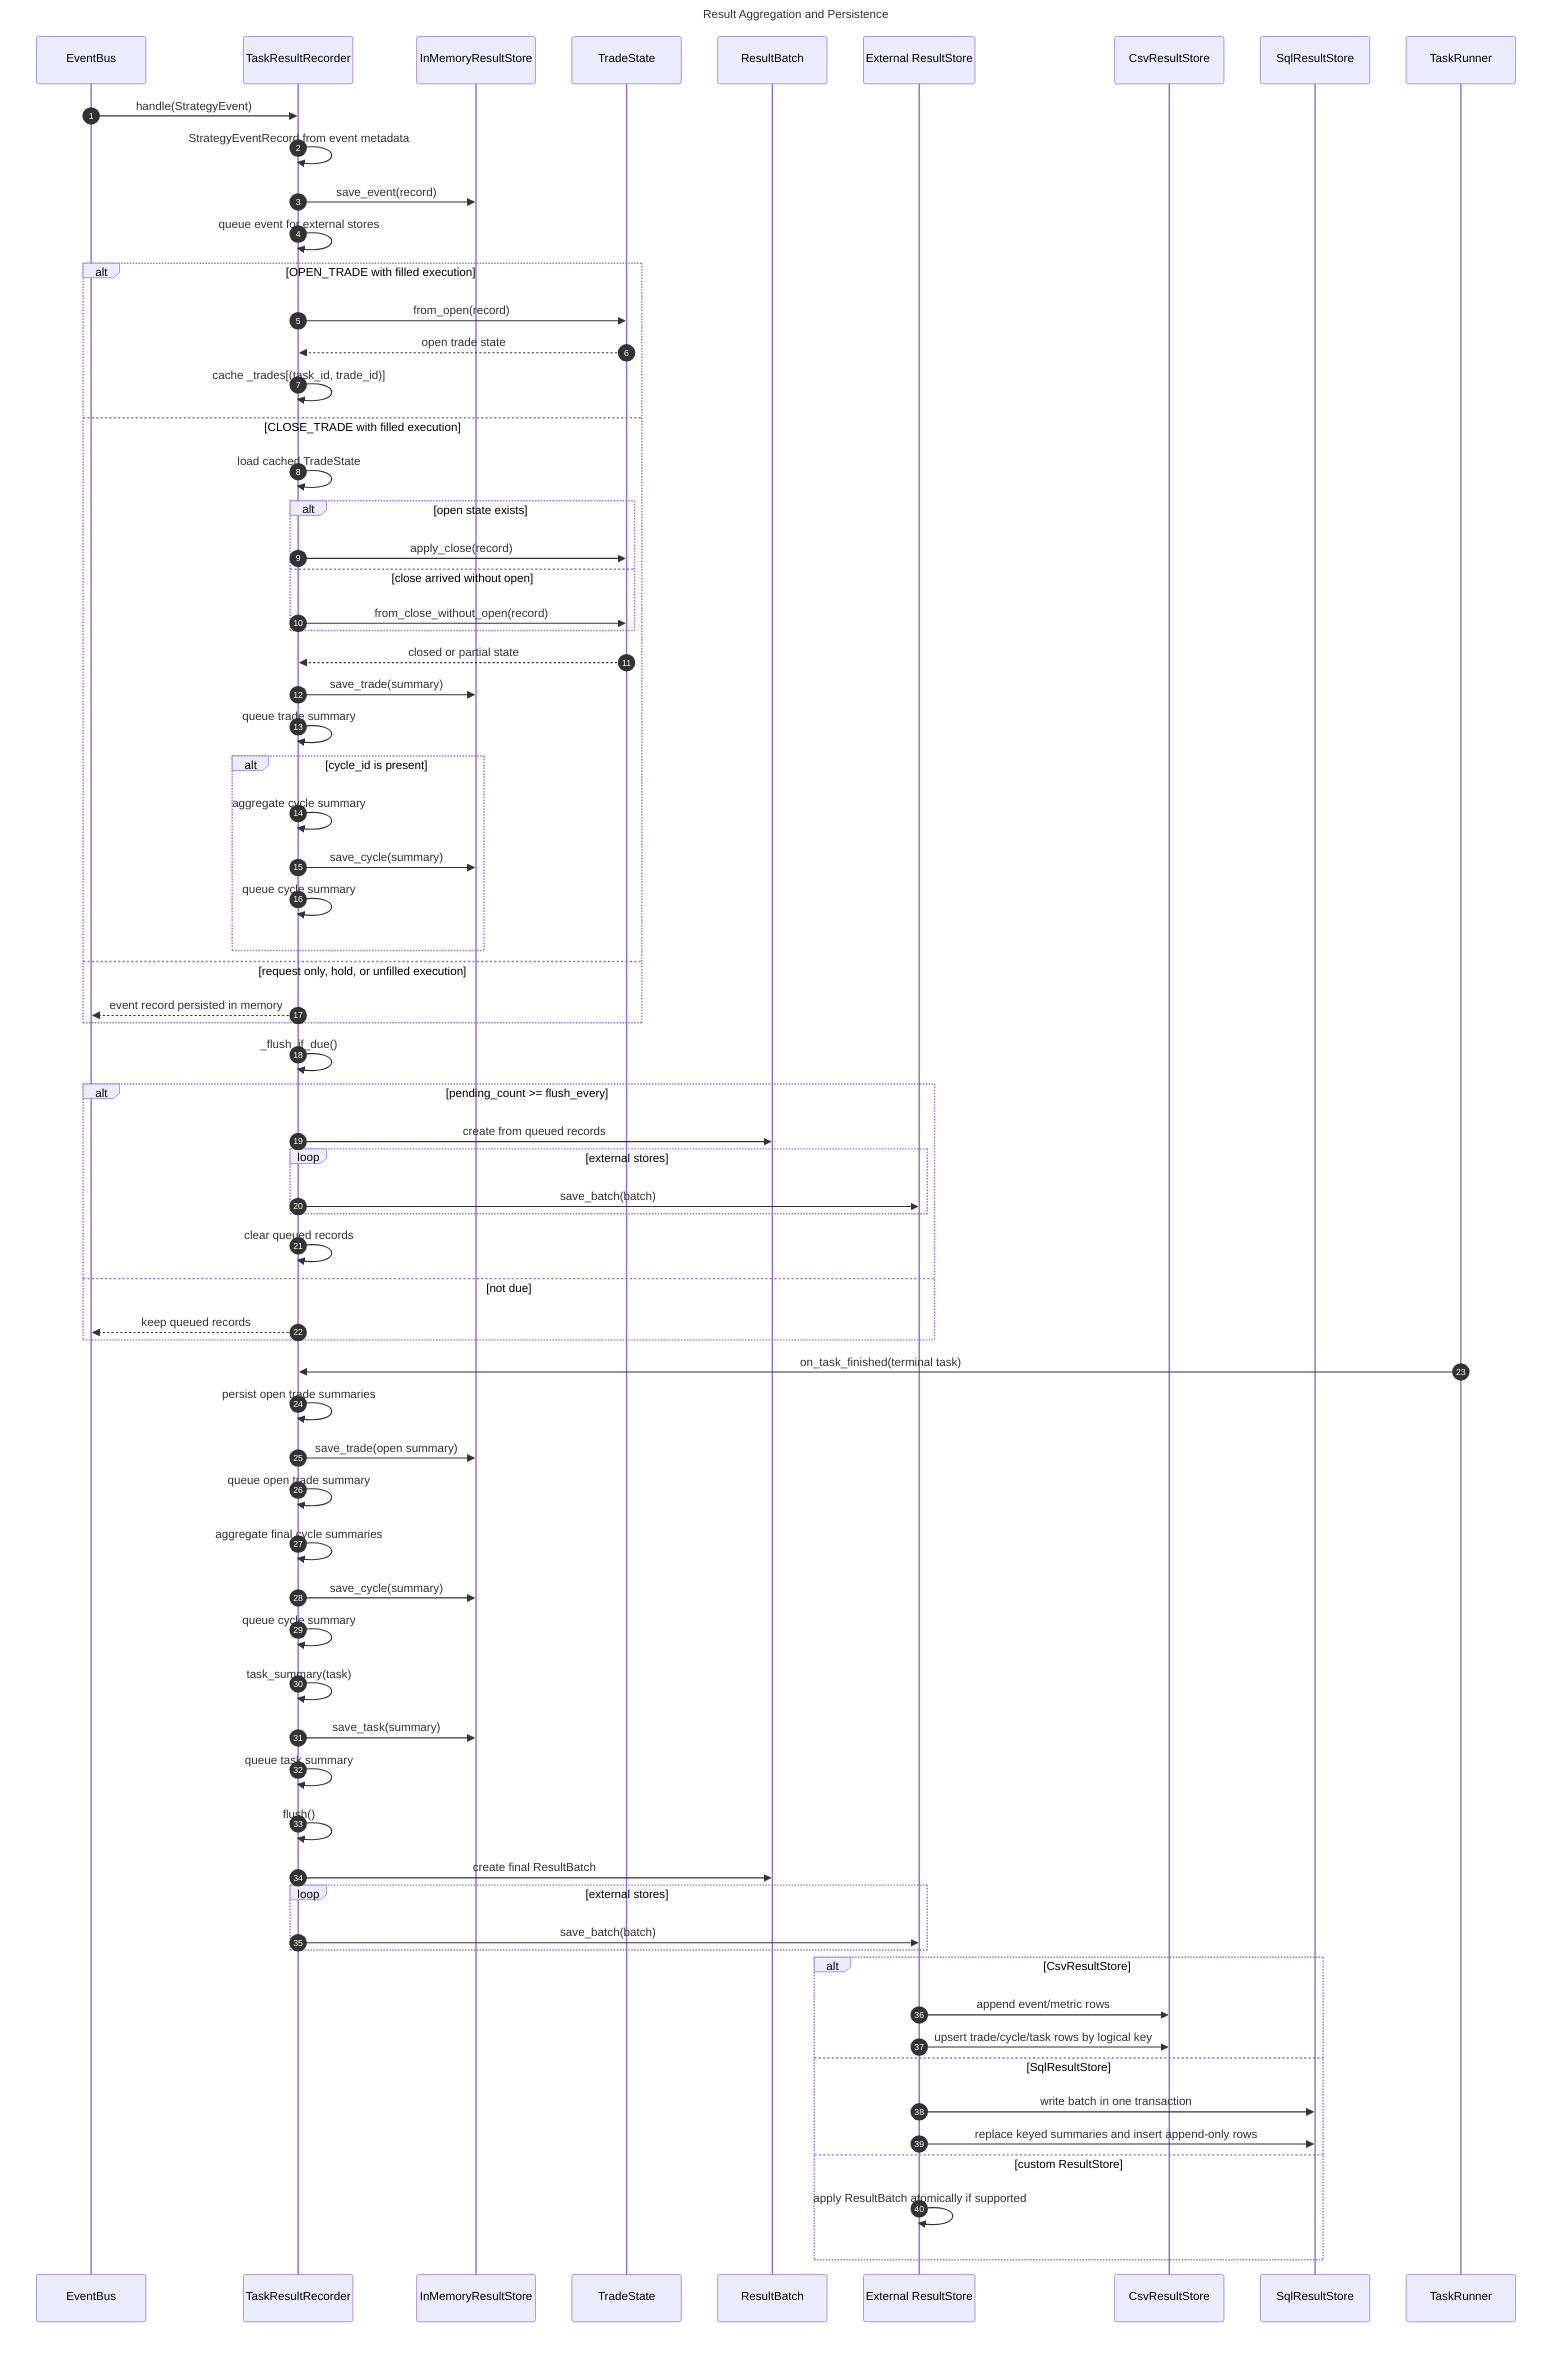
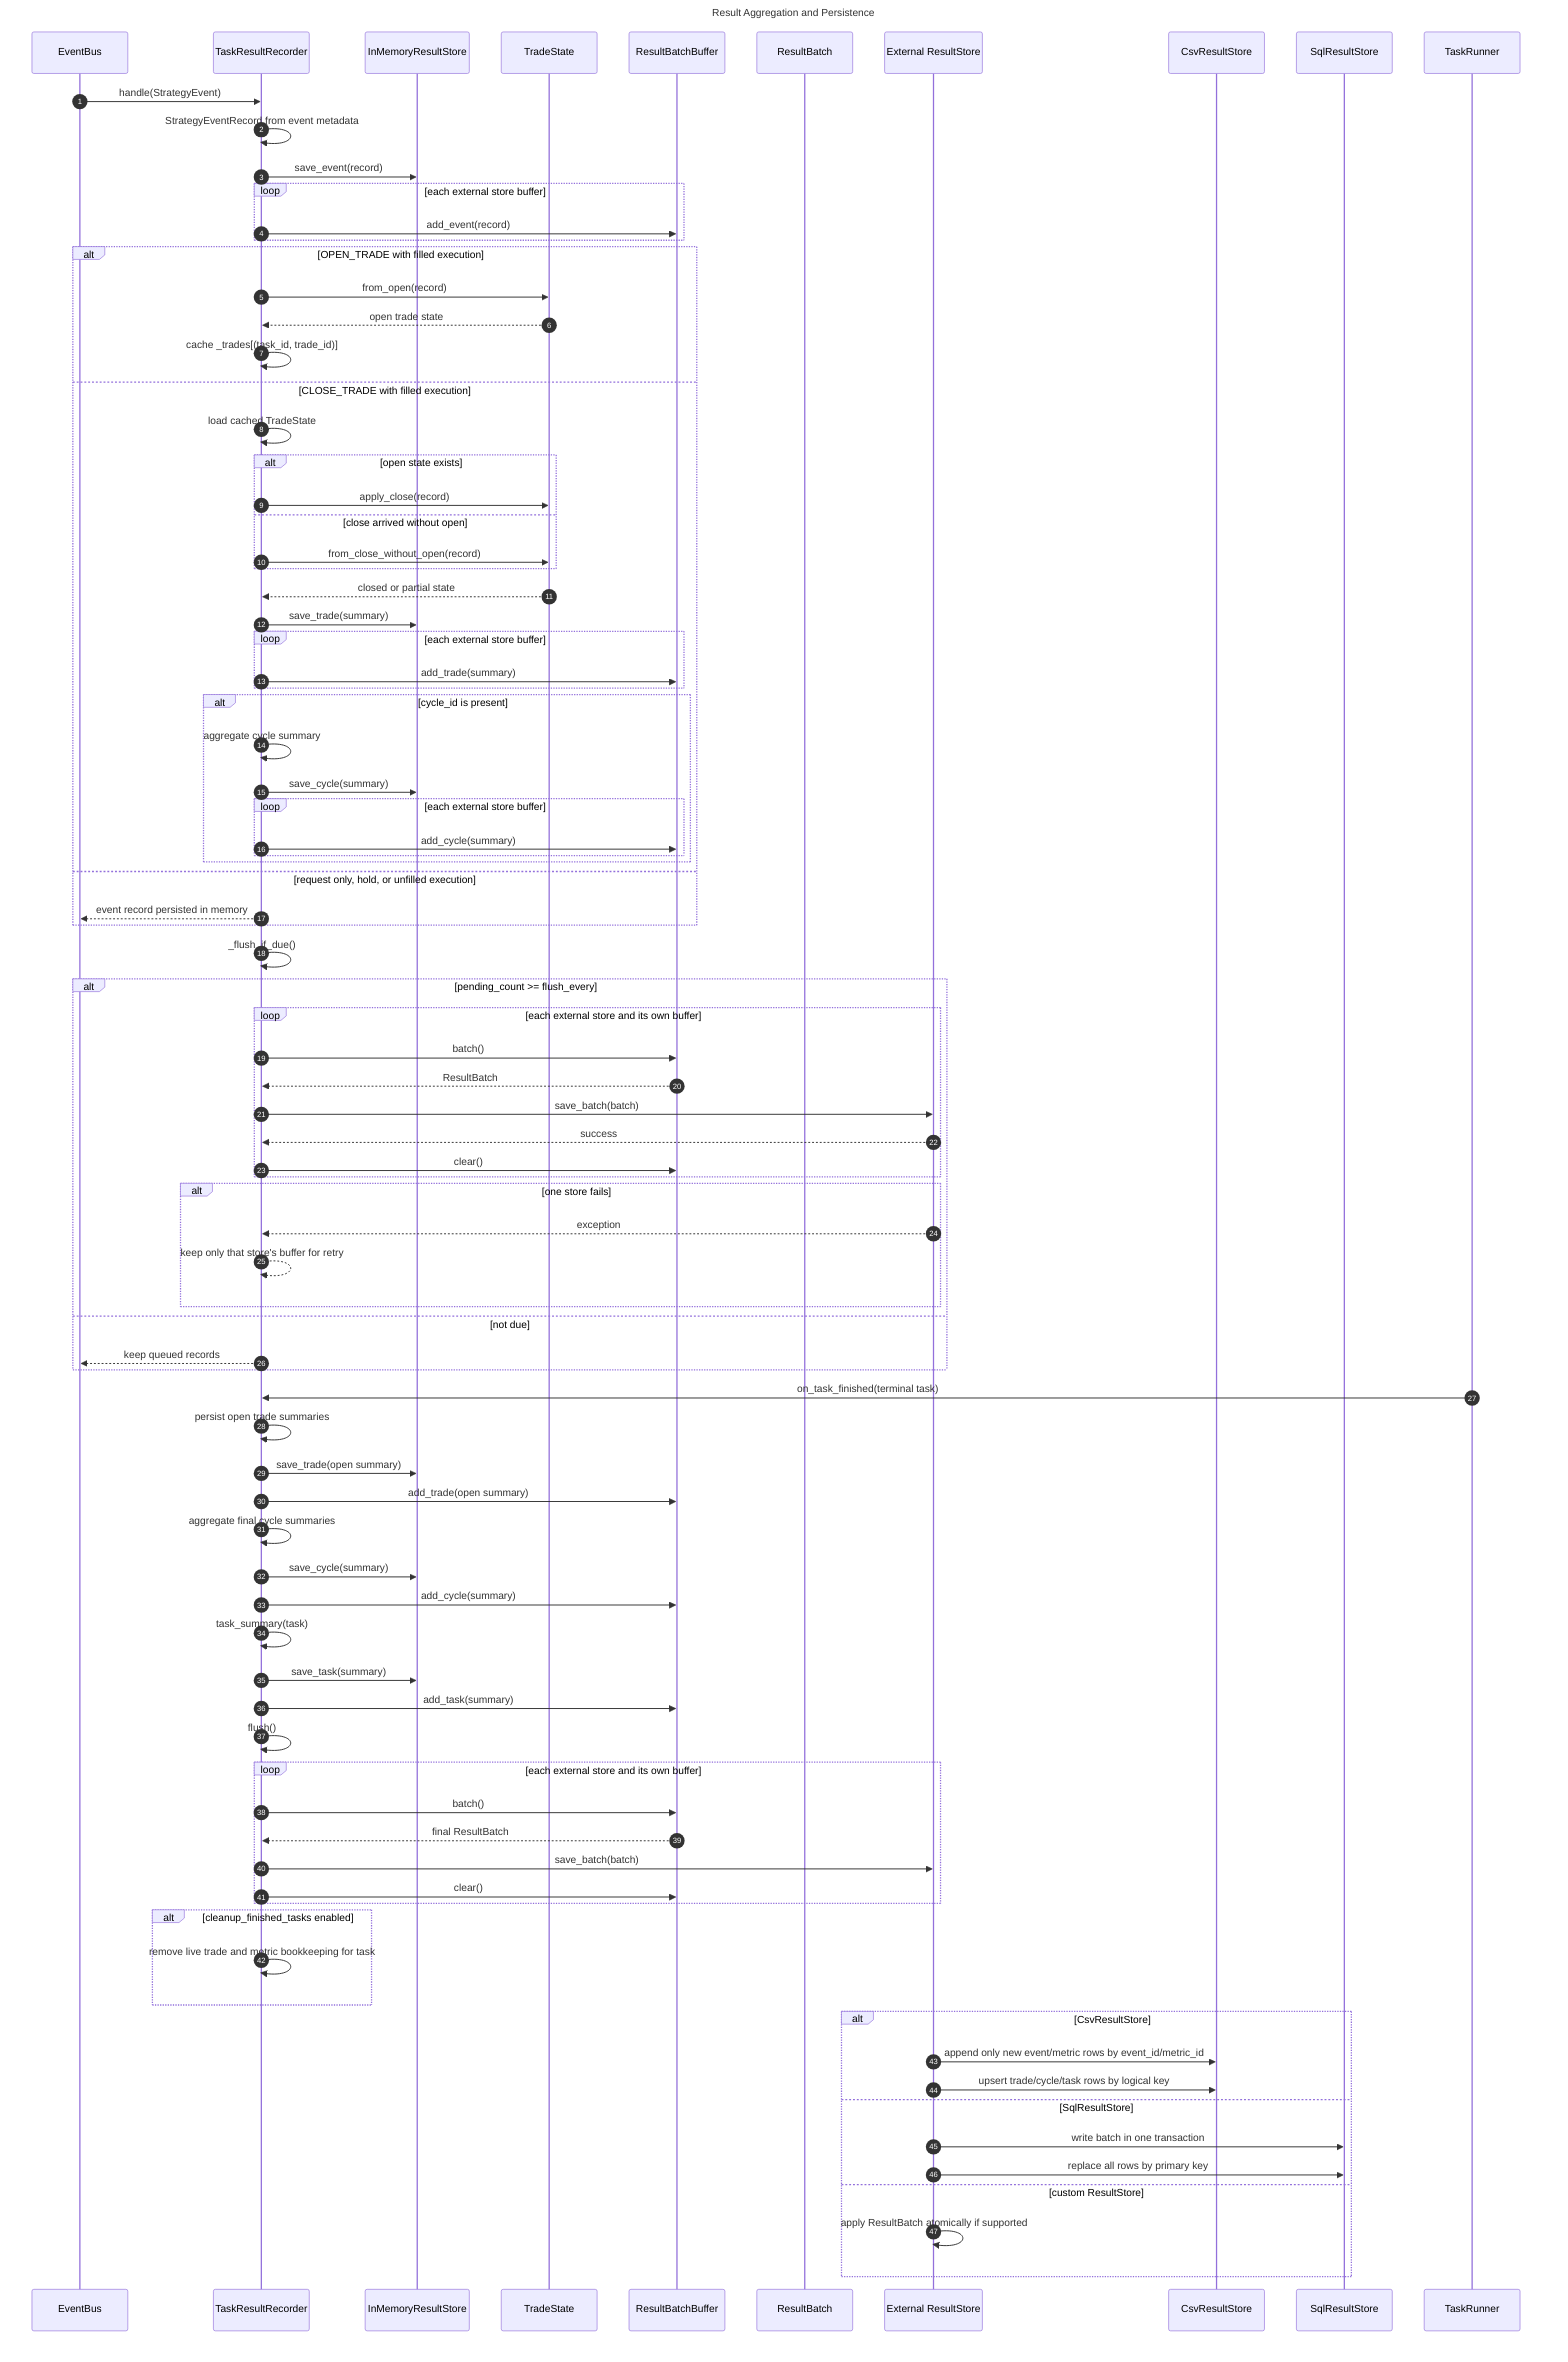
sequenceDiagram
    title Result Aggregation and Persistence
    autonumber

    participant Bus as EventBus
    participant Recorder as TaskResultRecorder
    participant Memory as InMemoryResultStore
    participant State as TradeState
+     participant Buffer as ResultBatchBuffer
    participant Batch as ResultBatch
    participant Store as External ResultStore
    participant Csv as CsvResultStore
    participant Sql as SqlResultStore
    participant Runner as TaskRunner

    Bus->>Recorder: handle(StrategyEvent)
    Recorder->>Recorder: StrategyEventRecord.from event metadata
    Recorder->>Memory: save_event(record)
-     Recorder->>Recorder: queue event for external stores
+     loop each external store buffer
+         Recorder->>Buffer: add_event(record)
+     end

    alt OPEN_TRADE with filled execution
        Recorder->>State: from_open(record)
        State-->>Recorder: open trade state
        Recorder->>Recorder: cache _trades[(task_id, trade_id)]
    else CLOSE_TRADE with filled execution
        Recorder->>Recorder: load cached TradeState
        alt open state exists
            Recorder->>State: apply_close(record)
        else close arrived without open
            Recorder->>State: from_close_without_open(record)
        end
        State-->>Recorder: closed or partial state
        Recorder->>Memory: save_trade(summary)
-         Recorder->>Recorder: queue trade summary
+         loop each external store buffer
+             Recorder->>Buffer: add_trade(summary)
+         end
        alt cycle_id is present
            Recorder->>Recorder: aggregate cycle summary
            Recorder->>Memory: save_cycle(summary)
-             Recorder->>Recorder: queue cycle summary
+             loop each external store buffer
+                 Recorder->>Buffer: add_cycle(summary)
+             end
        end
    else request only, hold, or unfilled execution
        Recorder-->>Bus: event record persisted in memory
    end

    Recorder->>Recorder: _flush_if_due()
    alt pending_count >= flush_every
-         Recorder->>Batch: create from queued records
-         loop external stores
+         loop each external store and its own buffer
+             Recorder->>Buffer: batch()
+             Buffer-->>Recorder: ResultBatch
            Recorder->>Store: save_batch(batch)
+             Store-->>Recorder: success
+             Recorder->>Buffer: clear()
        end
-         Recorder->>Recorder: clear queued records
+         alt one store fails
+             Store-->>Recorder: exception
+             Recorder-->>Recorder: keep only that store's buffer for retry
+         end
    else not due
        Recorder-->>Bus: keep queued records
    end

    Runner->>Recorder: on_task_finished(terminal task)
    Recorder->>Recorder: persist open trade summaries
    Recorder->>Memory: save_trade(open summary)
-     Recorder->>Recorder: queue open trade summary
+     Recorder->>Buffer: add_trade(open summary)
    Recorder->>Recorder: aggregate final cycle summaries
    Recorder->>Memory: save_cycle(summary)
-     Recorder->>Recorder: queue cycle summary
+     Recorder->>Buffer: add_cycle(summary)
    Recorder->>Recorder: task_summary(task)
    Recorder->>Memory: save_task(summary)
-     Recorder->>Recorder: queue task summary
+     Recorder->>Buffer: add_task(summary)
    Recorder->>Recorder: flush()
-     Recorder->>Batch: create final ResultBatch
-     loop external stores
+     loop each external store and its own buffer
+         Recorder->>Buffer: batch()
+         Buffer-->>Recorder: final ResultBatch
        Recorder->>Store: save_batch(batch)
+         Recorder->>Buffer: clear()
+     end
+     alt cleanup_finished_tasks enabled
+         Recorder->>Recorder: remove live trade and metric bookkeeping for task
    end

    alt CsvResultStore
-         Store->>Csv: append event/metric rows
+         Store->>Csv: append only new event/metric rows by event_id/metric_id
        Store->>Csv: upsert trade/cycle/task rows by logical key
    else SqlResultStore
        Store->>Sql: write batch in one transaction
-         Store->>Sql: replace keyed summaries and insert append-only rows
+         Store->>Sql: replace all rows by primary key
    else custom ResultStore
        Store->>Store: apply ResultBatch atomically if supported
    end
